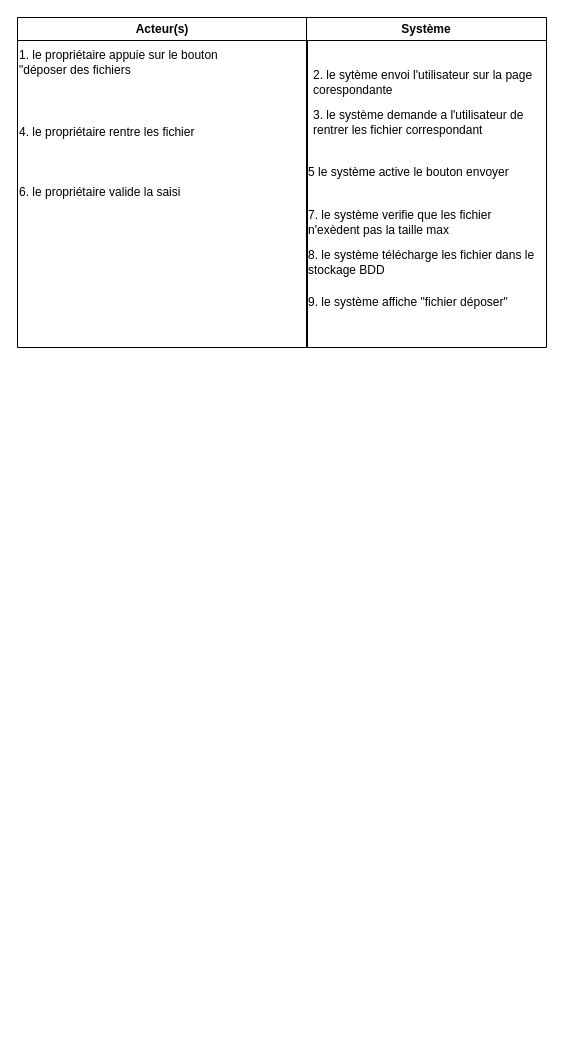
The draw.io diagram Analyse/Scenario.drawio in BastienMonet/IUT2, before the edit. Source tidied: cells renumbered, new cells numbered last; positions are measured from the earlier drawing's top-left corner, leaving out a move shared by most shapes. Both pictures are drawn from the tidied source at 100%, with x=0, y=0 at pixel (17, 17).
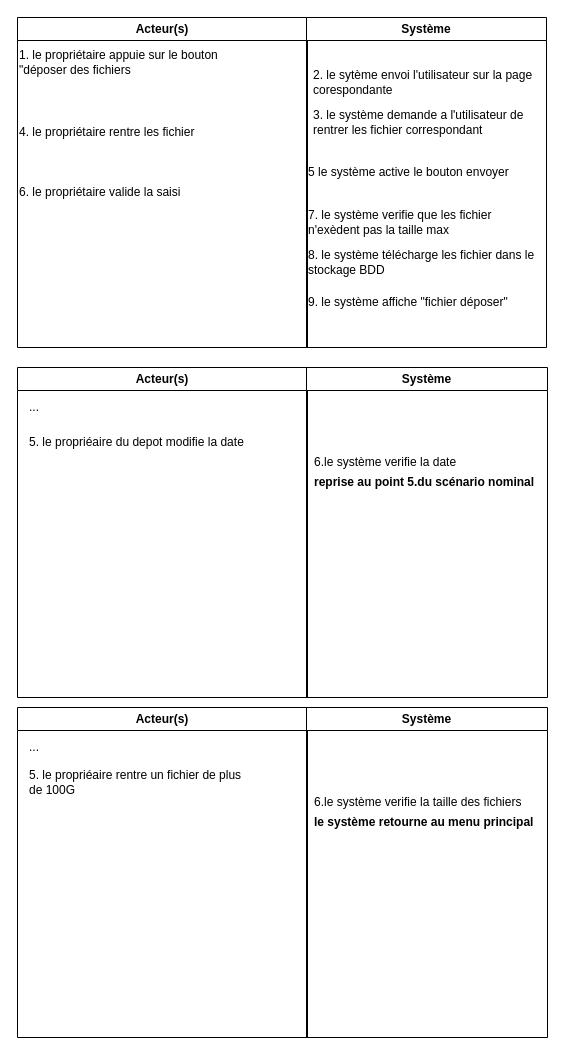
The same diagram, later.

The edit, as a diff of the source:
```diff
@@
+    <mxCell id="13" value="Acteur(s)" style="swimlane;whiteSpace=wrap;html=1;" parent="1" vertex="1">
+      <mxGeometry y="350" width="290" height="330" as="geometry" />
+    </mxCell>
+    <mxCell id="14" value="5. le propriéaire du depot modifie la date" style="text;html=1;align=left;verticalAlign=middle;whiteSpace=wrap;rounded=0;" parent="13" vertex="1">
+      <mxGeometry x="10" y="60" width="230" height="30" as="geometry" />
+    </mxCell>
+    <mxCell id="15" value="..." style="text;html=1;align=left;verticalAlign=middle;whiteSpace=wrap;rounded=0;" parent="13" vertex="1">
+      <mxGeometry x="10" y="25" width="230" height="30" as="geometry" />
+    </mxCell>
+    <mxCell id="16" value="Système" style="swimlane;whiteSpace=wrap;html=1;" parent="1" vertex="1">
+      <mxGeometry x="289" y="350" width="241" height="330" as="geometry" />
+    </mxCell>
+    <mxCell id="17" value="6.le système verifie la date" style="text;html=1;align=left;verticalAlign=middle;whiteSpace=wrap;rounded=0;" parent="16" vertex="1">
+      <mxGeometry x="5.5" y="80" width="230" height="30" as="geometry" />
+    </mxCell>
+    <mxCell id="18" value="&lt;b&gt;reprise au point 5.du scénario nominal&lt;/b&gt;" style="text;html=1;align=left;verticalAlign=middle;whiteSpace=wrap;rounded=0;" parent="16" vertex="1">
+      <mxGeometry x="5.5" y="100" width="230" height="30" as="geometry" />
+    </mxCell>
+    <mxCell id="19" value="Acteur(s)" style="swimlane;whiteSpace=wrap;html=1;" parent="1" vertex="1">
+      <mxGeometry y="690" width="290" height="330" as="geometry" />
+    </mxCell>
+    <mxCell id="20" value="5. le propriéaire rentre un fichier de plus de 100G" style="text;html=1;align=left;verticalAlign=middle;whiteSpace=wrap;rounded=0;" parent="19" vertex="1">
+      <mxGeometry x="10" y="60" width="230" height="30" as="geometry" />
+    </mxCell>
+    <mxCell id="21" value="..." style="text;html=1;align=left;verticalAlign=middle;whiteSpace=wrap;rounded=0;" parent="19" vertex="1">
+      <mxGeometry x="10" y="25" width="230" height="30" as="geometry" />
+    </mxCell>
+    <mxCell id="22" value="Système" style="swimlane;whiteSpace=wrap;html=1;" parent="1" vertex="1">
+      <mxGeometry x="289" y="690" width="241" height="330" as="geometry" />
+    </mxCell>
+    <mxCell id="23" value="6.le système verifie la taille des fichiers" style="text;html=1;align=left;verticalAlign=middle;whiteSpace=wrap;rounded=0;" parent="22" vertex="1">
+      <mxGeometry x="5.5" y="80" width="230" height="30" as="geometry" />
+    </mxCell>
+    <mxCell id="24" value="&lt;b&gt;le système retourne au menu principal&lt;/b&gt;" style="text;html=1;align=left;verticalAlign=middle;whiteSpace=wrap;rounded=0;" parent="22" vertex="1">
+      <mxGeometry x="5.5" y="100" width="230" height="30" as="geometry" />
+    </mxCell>
```
